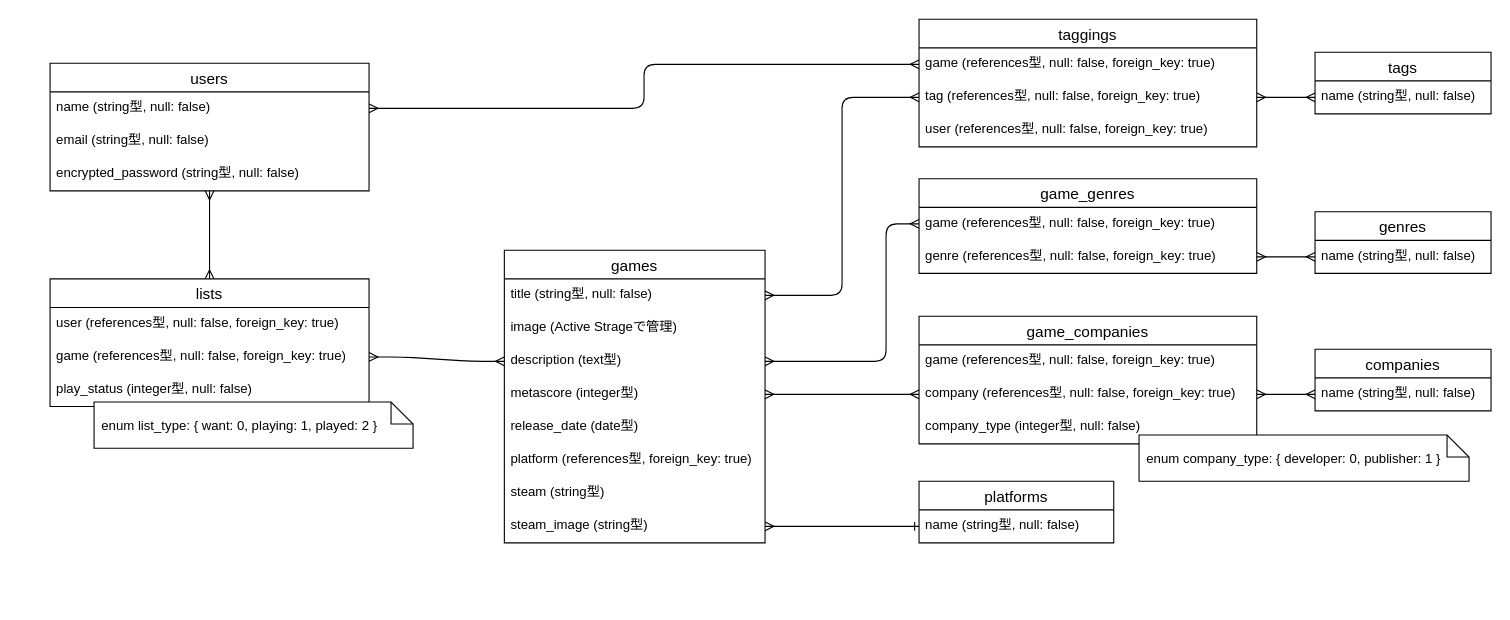
The draw.io diagram erd.dio in nobmurakami/my-game-db, before the edit. Source tidied: cells renumbered, new cells numbered last; positions are measured from the earlier drawing's top-left corner, leaving out a move shared by most shapes. Both pictures are drawn from the tidied source at 110%, with x=0, y=0 at pixel (50, 19).
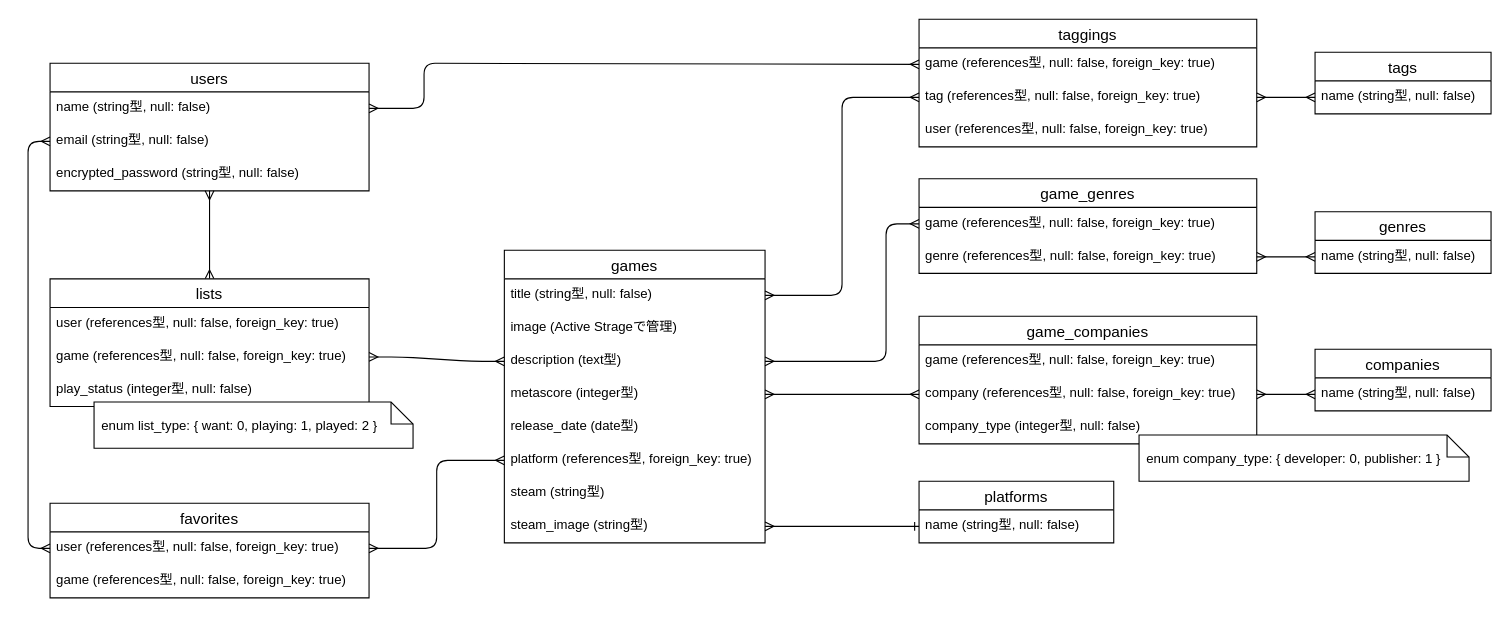
Above is the later version.

Commit message (it also covers changes not shown here):
#87 お気に入り機能をER図とREADMEに記載

The change refers to these unchanged cells:
```xml
<mxCell id="4" value="name (string型, null: false)" style="text;strokeColor=none;fillColor=none;spacingLeft=4;spacingRight=4;overflow=hidden;points=[[0,0.5],[1,0.5]];portConstraint=eastwest;fontSize=12;" parent="3" vertex="1">
  <mxGeometry y="26" width="290" height="30" as="geometry" />
</mxCell>
<mxCell id="5" value="email (string型, null: false)" style="text;strokeColor=none;fillColor=none;spacingLeft=4;spacingRight=4;overflow=hidden;points=[[0,0.5],[1,0.5]];portConstraint=eastwest;fontSize=12;" parent="3" vertex="1">
  <mxGeometry y="56" width="290" height="30" as="geometry" />
</mxCell>
<mxCell id="17" value="platform (references型, foreign_key: true)" style="text;strokeColor=none;fillColor=none;spacingLeft=4;spacingRight=4;overflow=hidden;points=[[0,0.5],[1,0.5]];portConstraint=eastwest;fontSize=12;" parent="11" vertex="1">
  <mxGeometry y="176" width="237" height="30" as="geometry" />
</mxCell>
<mxCell id="34" value="game (references型, null: false, foreign_key: true)" style="text;strokeColor=none;fillColor=none;spacingLeft=4;spacingRight=4;overflow=hidden;points=[[0,0.5],[1,0.5]];portConstraint=eastwest;fontSize=12;" parent="33" vertex="1">
  <mxGeometry y="26" width="307" height="30" as="geometry" />
</mxCell>
```

Change to the diagram source:
```diff
@@
     <mxCell id="47" style="edgeStyle=orthogonalEdgeStyle;rounded=1;jettySize=auto;html=1;exitX=1;exitY=0.5;exitDx=0;exitDy=0;entryX=0;entryY=0.5;entryDx=0;entryDy=0;endArrow=ERmany;endFill=0;startArrow=ERmany;startFill=0;" parent="1" edge="1" source="4" target="34">
-      <mxGeometry relative="1" as="geometry" />
+      <mxGeometry relative="1" as="geometry">
+        <Array as="points">
+          <mxPoint x="340" y="81" />
+          <mxPoint x="340" y="40" />
+        </Array>
+      </mxGeometry>
     </mxCell>
@@
+    <mxCell id="50" value="favorites" style="swimlane;fontStyle=0;horizontal=1;startSize=26;align=center;fontSize=14;" parent="1" vertex="1">
+      <mxGeometry y="440" width="290" height="86" as="geometry" />
+    </mxCell>
+    <mxCell id="51" value="user (references型, null: false, foreign_key: true)" style="text;strokeColor=none;fillColor=none;spacingLeft=4;spacingRight=4;overflow=hidden;points=[[0,0.5],[1,0.5]];portConstraint=eastwest;fontSize=12;" parent="50" vertex="1">
+      <mxGeometry y="26" width="290" height="30" as="geometry" />
+    </mxCell>
+    <mxCell id="52" value="game (references型, null: false, foreign_key: true)" style="text;strokeColor=none;fillColor=none;spacingLeft=4;spacingRight=4;overflow=hidden;fontSize=12;" parent="50" vertex="1">
+      <mxGeometry y="56" width="290" height="30" as="geometry" />
+    </mxCell>
+    <mxCell id="53" style="edgeStyle=orthogonalEdgeStyle;rounded=1;jettySize=auto;html=1;startArrow=ERmany;startFill=0;endArrow=ERmany;endFill=0;exitX=0;exitY=0.5;exitDx=0;exitDy=0;entryX=0;entryY=0.5;entryDx=0;entryDy=0;" parent="1" edge="1" source="5" target="51">
+      <mxGeometry relative="1" as="geometry" />
+    </mxCell>
+    <mxCell id="54" style="edgeStyle=orthogonalEdgeStyle;rounded=1;jettySize=auto;html=1;startArrow=ERmany;startFill=0;endArrow=ERmany;endFill=0;exitX=0;exitY=0.5;exitDx=0;exitDy=0;entryX=1;entryY=0.5;entryDx=0;entryDy=0;" parent="1" edge="1" source="17" target="51">
+      <mxGeometry relative="1" as="geometry" />
+    </mxCell>
```
